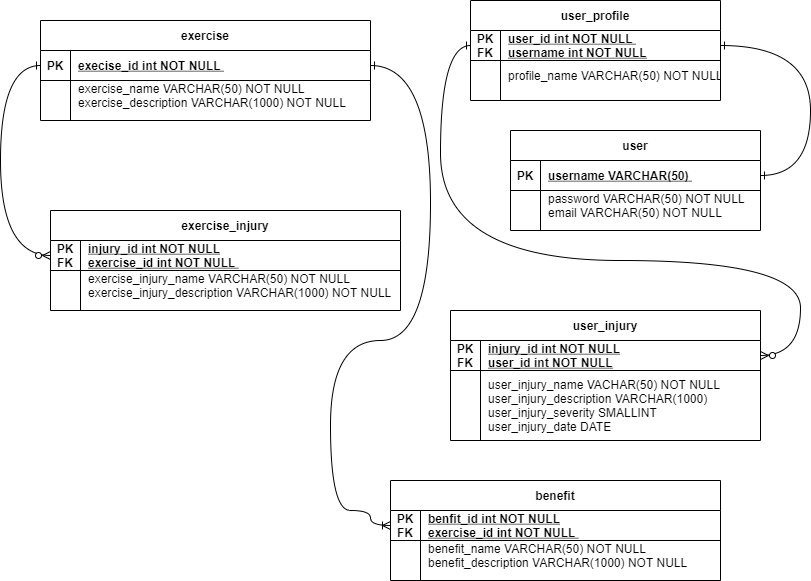
Earlier version of the draw.io export documentation/Logical Design.png (CS480UIC/cs480-final-project-aging_population_fitness). Source tidied: cells renumbered, new cells last; positions are measured from the earlier drawing's top-left corner, leaving out a move shared by most shapes.
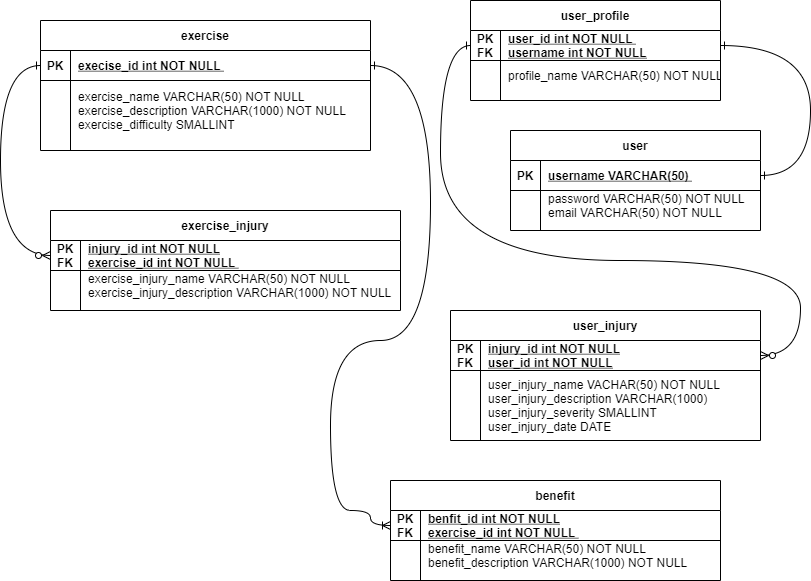
The same file after the commit.

Commit message:
added int datatype to allow for more possible queries

What changed in the source:
```diff
@@ -3,7 +3,7 @@
     <mxCell id="0" />
     <mxCell id="1" parent="0" />
     <mxCell id="2" value="exercise" style="shape=table;startSize=30;rowLines=0;fontStyle=1;align=center;" parent="1" vertex="1">
-      <mxGeometry x="40" y="20" width="330" height="100" as="geometry" />
+      <mxGeometry x="40" y="20" width="330" height="130" as="geometry" />
     </mxCell>
     <mxCell id="3" style="shape=partialRectangle;fillColor=none;points=[[0,0.5],[1,0.5]];portConstraint=eastwest;top=0;left=0;right=0;bottom=1;" parent="2" vertex="1">
       <mxGeometry y="30" width="330" height="30" as="geometry" />
@@ -15,13 +15,13 @@
       <mxGeometry x="30" width="300" height="30" as="geometry" />
     </mxCell>
     <mxCell id="6" style="shape=partialRectangle;fillColor=none;top=0;left=0;right=0;bottom=0;" parent="2" vertex="1">
-      <mxGeometry y="60" width="330" height="30" as="geometry" />
+      <mxGeometry y="60" width="330" height="60" as="geometry" />
     </mxCell>
     <mxCell id="7" style="shape=partialRectangle;overflow=hidden;fillColor=none;top=0;left=0;bottom=0;right=0;" parent="6" vertex="1">
-      <mxGeometry width="30" height="30" as="geometry" />
+      <mxGeometry width="30" height="60" as="geometry" />
     </mxCell>
-    <mxCell id="8" value="exercise_name VARCHAR(50) NOT NULL&#10;exercise_description VARCHAR(1000) NOT NULL " style="shape=partialRectangle;overflow=hidden;fillColor=none;top=0;left=0;bottom=0;right=0;align=left;spacingLeft=6;" parent="6" vertex="1">
-      <mxGeometry x="30" width="300" height="30" as="geometry" />
+    <mxCell id="8" value="exercise_name VARCHAR(50) NOT NULL&#10;exercise_description VARCHAR(1000) NOT NULL &#10;exercise_difficulty SMALLINT" style="shape=partialRectangle;overflow=hidden;fillColor=none;top=0;left=0;bottom=0;right=0;align=left;spacingLeft=6;" parent="6" vertex="1">
+      <mxGeometry x="30" width="300" height="60" as="geometry" />
     </mxCell>
     <mxCell id="9" value="user_profile" style="shape=table;startSize=30;rowLines=0;fontStyle=1;align=center;" parent="1" vertex="1">
       <mxGeometry x="470" width="250" height="100" as="geometry" />
```
